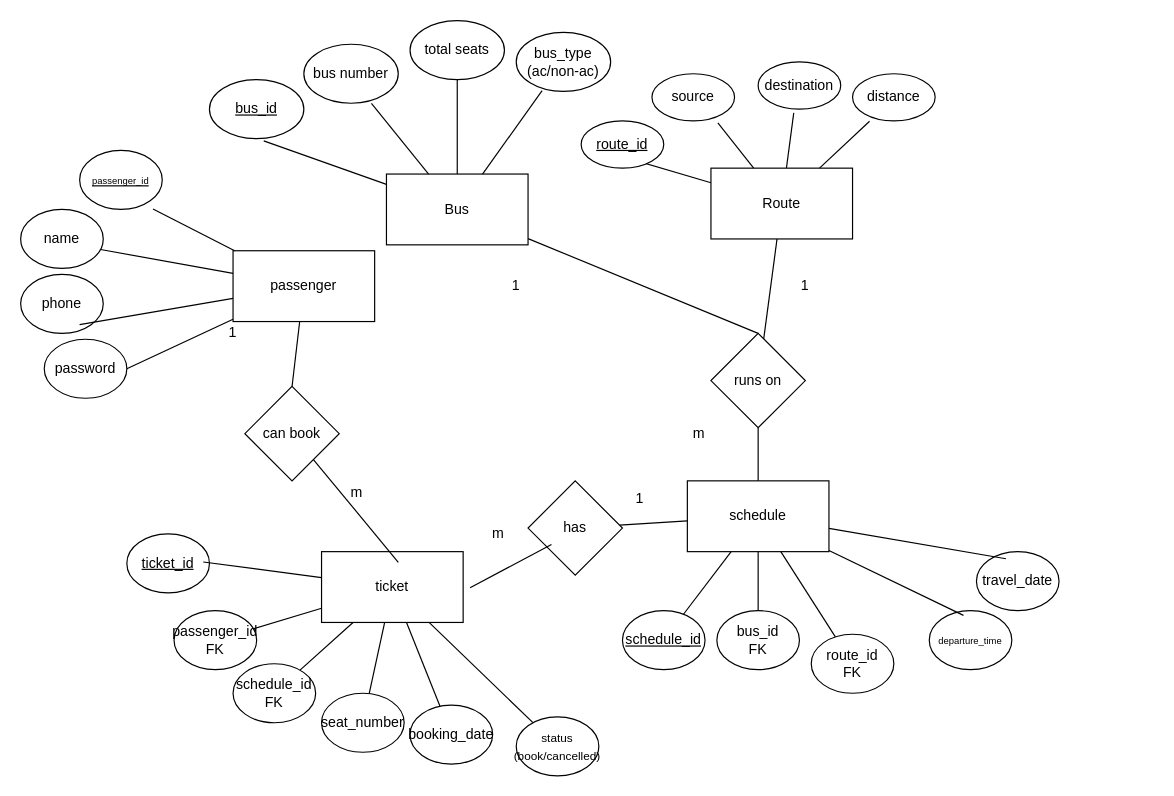
This is documentation/btrs.drawio from salimshre/btrs, a draw.io file, before an edit. Source tidied: cells renumbered, new cells numbered last; positions are measured from the earlier drawing's top-left corner, leaving out a move shared by most shapes. Both pictures are drawn from the tidied source at 118%, with x=0, y=0 at pixel (20, 20).
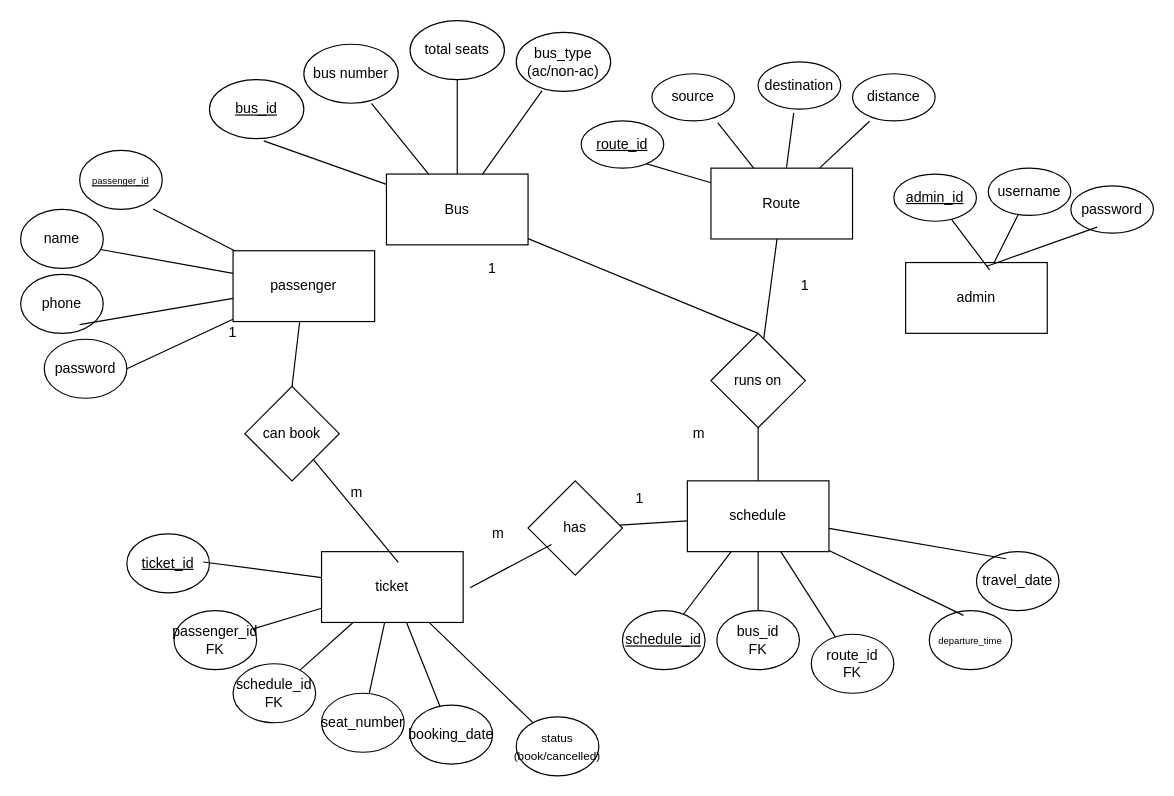
The same diagram, later.

The edit, as a diff of the source:
```diff
@@
     <mxCell id="27" value="1" style="text;html=1;whiteSpace=wrap;strokeColor=none;fillColor=none;align=center;verticalAlign=middle;rounded=0;" parent="1" vertex="1">
-      <mxGeometry x="390" y="210" width="60" height="30" as="geometry" />
+      <mxGeometry x="370" y="195" width="60" height="30" as="geometry" />
     </mxCell>
@@
+    <mxCell id="71" value="admin" style="rounded=0;whiteSpace=wrap;html=1;" parent="1" vertex="1">
+      <mxGeometry x="750" y="205" width="120" height="60" as="geometry" />
+    </mxCell>
+    <mxCell id="72" value="&lt;u&gt;admin_id&lt;/u&gt;" style="ellipse;whiteSpace=wrap;html=1;" parent="1" vertex="1">
+      <mxGeometry x="740" y="130" width="70" height="40" as="geometry" />
+    </mxCell>
+    <mxCell id="73" style="edgeStyle=none;curved=1;rounded=0;jettySize=auto;html=1;fontSize=12;startSize=8;endSize=8;endArrow=none;endFill=0;exitX=0.593;exitY=0.102;exitDx=0;exitDy=0;exitPerimeter=0;" parent="1" edge="1" source="71" target="72">
+      <mxGeometry relative="1" as="geometry" />
+    </mxCell>
+    <mxCell id="74" value="username" style="ellipse;whiteSpace=wrap;html=1;" parent="1" vertex="1">
+      <mxGeometry x="820" y="125" width="70" height="40" as="geometry" />
+    </mxCell>
+    <mxCell id="75" value="password" style="ellipse;whiteSpace=wrap;html=1;" parent="1" vertex="1">
+      <mxGeometry x="890" y="140" width="70" height="40" as="geometry" />
+    </mxCell>
+    <mxCell id="76" style="endArrow=none;html=1;rounded=0;" parent="1" edge="1" source="71" target="74">
+      <mxGeometry relative="1" as="geometry" />
+    </mxCell>
+    <mxCell id="77" style="endArrow=none;html=1;rounded=0;exitX=0.569;exitY=0.055;exitDx=0;exitDy=0;exitPerimeter=0;entryX=0.318;entryY=0.875;entryDx=0;entryDy=0;entryPerimeter=0;" parent="1" edge="1" source="71" target="75">
+      <mxGeometry relative="1" as="geometry" />
+    </mxCell>
```
